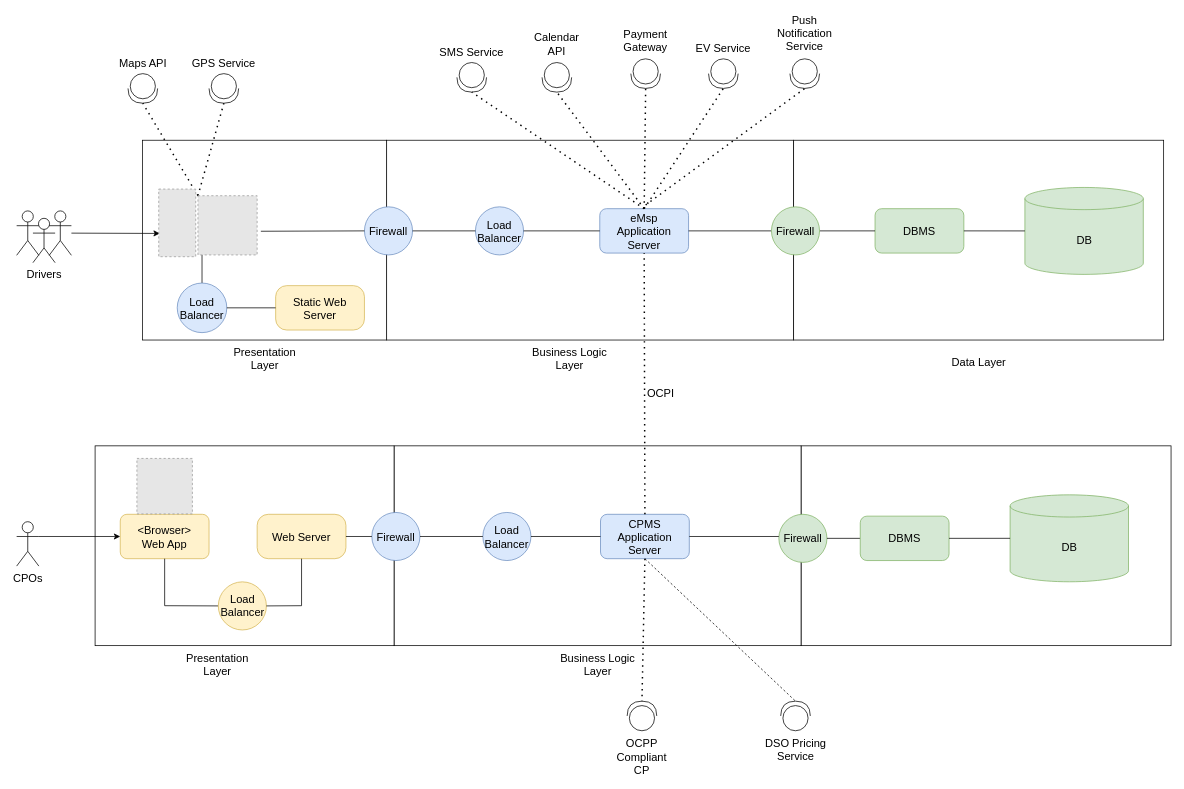
The draw.io diagram DD/src/Overview/overview_diagram.drawio in gio-del/eMall, before the edit. Source tidied: cells renumbered, new cells numbered last; positions are measured from the earlier drawing's top-left corner, leaving out a move shared by most shapes. Both pictures are drawn from the tidied source at 74%, with x=0, y=0 at pixel (16, 21). Pictures stored in the file or linked from it are replaced by grey dashed boxes.
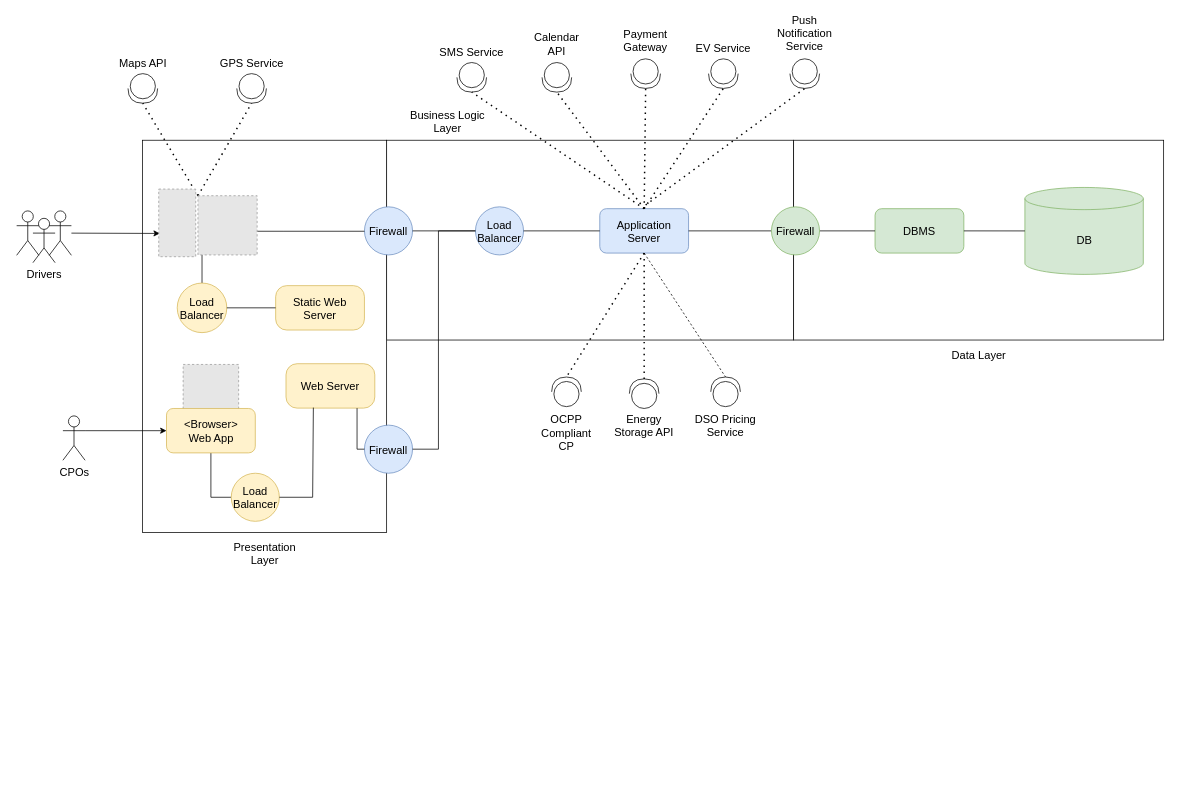
The same diagram, later.

Unchanged cells that the change refers to:
```xml
<mxCell id="10" value="Static Web Server" style="rounded=1;whiteSpace=wrap;html=1;arcSize=25;fillColor=#fff2cc;strokeColor=#d6b656;fontSize=15;" parent="1" vertex="1">
  <mxGeometry x="350" y="356.5" width="120" height="60" as="geometry" />
</mxCell>
<mxCell id="12" value="&lt;div style=&quot;font-size: 15px;&quot;&gt;Firewall&lt;/div&gt;" style="ellipse;whiteSpace=wrap;html=1;fillColor=#dae8fc;strokeColor=#6c8ebf;fontSize=15;" parent="1" vertex="1">
  <mxGeometry x="470" y="250" width="65" height="65" as="geometry" />
</mxCell>
<mxCell id="13" value="Load Balancer" style="ellipse;whiteSpace=wrap;html=1;fillColor=#dae8fc;strokeColor=#6c8ebf;fontSize=15;" parent="1" vertex="1">
  <mxGeometry x="620" y="250" width="65" height="65" as="geometry" />
</mxCell>
<mxCell id="79" style="fillColor=#E6E6E6;strokeColor=#999999;dashed=1;verticalLabelPosition=bottom;labelBackgroundColor=#ffffff;verticalAlign=top;" parent="1" vertex="1">
  <mxGeometry x="245" y="235" width="80" height="80" as="geometry" />
</mxCell>
```

The edit, as a diff of the source:
```diff
@@
-    <mxCell id="2" style="rounded=0;whiteSpace=wrap;html=1;fontSize=15;" parent="1" vertex="1">
-      <mxGeometry x="1060" y="573" width="500" height="270" as="geometry" />
-    </mxCell>
@@
     <mxCell id="4" style="rounded=0;whiteSpace=wrap;html=1;fontSize=15;" parent="1" vertex="1">
-      <mxGeometry x="170" y="160" width="330" height="270" as="geometry" />
+      <mxGeometry x="170" y="160" width="330" height="530" as="geometry" />
     </mxCell>
@@
     <mxCell id="8" value="CPOs" style="shape=umlActor;verticalLabelPosition=bottom;verticalAlign=top;html=1;outlineConnect=0;fontSize=15;" parent="1" vertex="1">
-      <mxGeometry y="675.5" width="30" height="60" as="geometry" />
+      <mxGeometry x="62.5" y="532.5" width="30" height="60" as="geometry" />
     </mxCell>
@@
-    <mxCell id="14" value="&lt;div style=&quot;font-size: 15px;&quot;&gt;eMsp&lt;/div&gt;&lt;div style=&quot;font-size: 15px;&quot;&gt;Application Server&lt;/div&gt;" style="rounded=1;whiteSpace=wrap;html=1;fillColor=#dae8fc;strokeColor=#6c8ebf;fontSize=15;" parent="1" vertex="1">
+    <mxCell id="14" value="&lt;div&gt;Application&lt;/div&gt;&lt;div&gt;Server&lt;br&gt;&lt;/div&gt;" style="rounded=1;whiteSpace=wrap;html=1;fillColor=#dae8fc;strokeColor=#6c8ebf;fontSize=15;" parent="1" vertex="1">
       <mxGeometry x="788" y="252.5" width="120" height="60" as="geometry" />
     </mxCell>
@@
-    <mxCell id="17" style="endArrow=none;html=1;rounded=0;entryX=0;entryY=0.5;entryDx=0;entryDy=0;fontSize=15;" parent="1" edge="1" target="12">
+    <mxCell id="17" style="endArrow=none;html=1;rounded=0;fontSize=15;edgeStyle=orthogonalEdgeStyle;" parent="1" edge="1" source="79" target="12">
       <mxGeometry relative="1" as="geometry">
-        <mxPoint x="330" y="283" as="sourcePoint" />
+        <Array as="points">
+          <mxPoint x="360" y="283" />
+          <mxPoint x="360" y="283" />
+        </Array>
       </mxGeometry>
     </mxCell>
@@
-    <mxCell id="21" value="Presentation Layer" style="text;html=1;strokeColor=none;fillColor=none;align=center;verticalAlign=middle;whiteSpace=wrap;rounded=0;fontSize=15;" parent="1" vertex="1">
-      <mxGeometry x="272.5" y="440" width="125" height="30" as="geometry" />
-    </mxCell>
-    <mxCell id="22" value="Business Logic Layer" style="text;html=1;strokeColor=none;fillColor=none;align=center;verticalAlign=middle;whiteSpace=wrap;rounded=0;fontSize=15;" parent="1" vertex="1">
-      <mxGeometry x="685" y="440" width="125" height="30" as="geometry" />
-    </mxCell>
@@
-    <mxCell id="25" style="rounded=0;whiteSpace=wrap;html=1;fontSize=15;" parent="1" vertex="1">
-      <mxGeometry x="510" y="573" width="550" height="270" as="geometry" />
-    </mxCell>
-    <mxCell id="26" style="rounded=0;whiteSpace=wrap;html=1;fontSize=15;" parent="1" vertex="1">
-      <mxGeometry x="106" y="573" width="404" height="270" as="geometry" />
-    </mxCell>
-    <mxCell id="27" value="&lt;div style=&quot;font-size: 15px;&quot;&gt;&amp;lt;Browser&amp;gt;&lt;/div&gt;&lt;div style=&quot;font-size: 15px;&quot;&gt;Web App&lt;/div&gt;" style="rounded=1;whiteSpace=wrap;html=1;fillColor=#fff2cc;strokeColor=#d6b656;fontSize=15;" parent="1" vertex="1">
-      <mxGeometry x="140" y="665.5" width="120" height="60" as="geometry" />
-    </mxCell>
     <mxCell id="28" value="Web Server" style="rounded=1;whiteSpace=wrap;html=1;arcSize=25;fillColor=#fff2cc;strokeColor=#d6b656;fontSize=15;" parent="1" vertex="1">
-      <mxGeometry x="325" y="665.5" width="120" height="60" as="geometry" />
+      <mxGeometry x="364" y="462" width="120" height="60" as="geometry" />
     </mxCell>
     <mxCell id="29" value="&lt;div style=&quot;font-size: 15px;&quot;&gt;Firewall&lt;/div&gt;" style="ellipse;whiteSpace=wrap;html=1;fillColor=#dae8fc;strokeColor=#6c8ebf;fontSize=15;" parent="1" vertex="1">
-      <mxGeometry x="480" y="663" width="65" height="65" as="geometry" />
+      <mxGeometry x="470" y="545" width="65" height="65" as="geometry" />
     </mxCell>
-    <mxCell id="30" value="Load Balancer" style="ellipse;whiteSpace=wrap;html=1;fillColor=#dae8fc;strokeColor=#6c8ebf;fontSize=15;" parent="1" vertex="1">
-      <mxGeometry x="630" y="663" width="65" height="65" as="geometry" />
-    </mxCell>
-    <mxCell id="31" value="&lt;div style=&quot;font-size: 15px;&quot;&gt;CPMS&lt;/div&gt;&lt;div style=&quot;font-size: 15px;&quot;&gt;Application Server&lt;/div&gt;" style="rounded=1;whiteSpace=wrap;html=1;fillColor=#dae8fc;strokeColor=#6c8ebf;fontSize=15;" parent="1" vertex="1">
-      <mxGeometry x="789" y="665.5" width="120" height="60" as="geometry" />
-    </mxCell>
-    <mxCell id="32" value="&lt;div style=&quot;font-size: 15px;&quot;&gt;Firewall&lt;/div&gt;" style="ellipse;whiteSpace=wrap;html=1;fillColor=#d5e8d4;strokeColor=#82b366;fontSize=15;" parent="1" vertex="1">
-      <mxGeometry x="1030" y="665.5" width="65" height="65" as="geometry" />
-    </mxCell>
@@
-    <mxCell id="35" style="endArrow=none;html=1;rounded=0;exitX=0.5;exitY=1;exitDx=0;exitDy=0;fontSize=15;entryX=0;entryY=0.5;entryDx=0;entryDy=0;" parent="1" edge="1" source="27" target="81">
-      <mxGeometry relative="1" as="geometry">
-        <Array as="points">
-          <mxPoint x="200" y="789" />
-        </Array>
-      </mxGeometry>
+    <mxCell id="35" style="endArrow=none;html=1;rounded=0;exitX=0.5;exitY=1;exitDx=0;exitDy=0;fontSize=15;entryX=0;entryY=0.5;entryDx=0;entryDy=0;edgeStyle=orthogonalEdgeStyle;" parent="1" edge="1" source="27" target="81">
+      <mxGeometry relative="1" as="geometry" />
     </mxCell>
-    <mxCell id="36" style="endArrow=none;html=1;rounded=0;exitX=1;exitY=0.5;exitDx=0;exitDy=0;entryX=0;entryY=0.5;entryDx=0;entryDy=0;fontSize=15;" parent="1" edge="1" source="29" target="30">
-      <mxGeometry relative="1" as="geometry" />
-    </mxCell>
-    <mxCell id="37" style="endArrow=none;html=1;rounded=0;exitX=1;exitY=0.5;exitDx=0;exitDy=0;entryX=0;entryY=0.5;entryDx=0;entryDy=0;fontSize=15;" parent="1" edge="1" source="30" target="31">
-      <mxGeometry relative="1" as="geometry" />
-    </mxCell>
-    <mxCell id="38" style="endArrow=none;html=1;rounded=0;exitX=1;exitY=0.5;exitDx=0;exitDy=0;entryX=0;entryY=0.5;entryDx=0;entryDy=0;fontSize=15;" parent="1" edge="1" source="31">
-      <mxGeometry relative="1" as="geometry">
-        <mxPoint x="1030" y="695.5" as="targetPoint" />
-      </mxGeometry>
-    </mxCell>
-    <mxCell id="39" style="endArrow=none;html=1;rounded=0;exitX=1;exitY=0.5;exitDx=0;exitDy=0;fontSize=15;entryX=0;entryY=0.5;entryDx=0;entryDy=0;" parent="1" edge="1" source="32" target="75">
-      <mxGeometry relative="1" as="geometry" />
-    </mxCell>
@@
     <mxCell id="41" value="Presentation Layer" style="text;html=1;strokeColor=none;fillColor=none;align=center;verticalAlign=middle;whiteSpace=wrap;rounded=0;fontSize=15;" parent="1" vertex="1">
-      <mxGeometry x="208.5" y="853" width="125" height="30" as="geometry" />
+      <mxGeometry x="272.5" y="702.5" width="125" height="30" as="geometry" />
     </mxCell>
-    <mxCell id="42" value="Business Logic Layer" style="text;html=1;strokeColor=none;fillColor=none;align=center;verticalAlign=middle;whiteSpace=wrap;rounded=0;fontSize=15;" parent="1" vertex="1">
-      <mxGeometry x="722.5" y="853" width="125" height="30" as="geometry" />
-    </mxCell>
     <mxCell id="43" value="Data Layer" style="text;html=1;strokeColor=none;fillColor=none;align=center;verticalAlign=middle;whiteSpace=wrap;rounded=0;fontSize=15;" parent="1" vertex="1">
-      <mxGeometry x="1237.5" y="445" width="125" height="30" as="geometry" />
+      <mxGeometry x="1237.5" y="435" width="125" height="30" as="geometry" />
     </mxCell>
@@
-    <mxCell id="45" style="endArrow=none;dashed=1;html=1;dashPattern=1 3;strokeWidth=2;rounded=0;entryX=0.5;entryY=1;entryDx=0;entryDy=0;exitX=0.5;exitY=0;exitDx=0;exitDy=0;fontSize=15;" parent="1" edge="1" source="31" target="14">
-      <mxGeometry relative="1" as="geometry" />
-    </mxCell>
-    <mxCell id="46" value="OCPI" style="edgeLabel;html=1;align=center;verticalAlign=middle;fontSize=15;" parent="45" vertex="1">
-      <mxGeometry x="-0.13" relative="1" as="geometry">
-        <mxPoint x="21" y="-11" as="offset" />
-      </mxGeometry>
-    </mxCell>
     <mxCell id="47" style="shape=providedRequiredInterface;html=1;verticalLabelPosition=bottom;sketch=0;rotation=-90;verticalAlign=top;fontSize=15;" parent="1" vertex="1">
-      <mxGeometry x="825" y="918" width="40" height="40" as="geometry" />
+      <mxGeometry x="723" y="480" width="40" height="40" as="geometry" />
     </mxCell>
-    <mxCell id="48" style="endArrow=none;dashed=1;html=1;dashPattern=1 3;strokeWidth=2;rounded=0;entryX=1;entryY=0.5;entryDx=0;entryDy=0;entryPerimeter=0;fontSize=15;exitX=0.5;exitY=1;exitDx=0;exitDy=0;" parent="1" edge="1" source="31" target="47">
+    <mxCell id="48" style="endArrow=none;dashed=1;html=1;dashPattern=1 3;strokeWidth=2;rounded=0;entryX=1;entryY=0.5;entryDx=0;entryDy=0;entryPerimeter=0;fontSize=15;exitX=0.5;exitY=1;exitDx=0;exitDy=0;" parent="1" edge="1" source="14" target="47">
       <mxGeometry relative="1" as="geometry" />
     </mxCell>
     <mxCell id="49" value="OCPP Compliant CP" style="text;html=1;strokeColor=none;fillColor=none;align=center;verticalAlign=middle;whiteSpace=wrap;rounded=0;fontSize=15;" parent="1" vertex="1">
-      <mxGeometry x="800" y="978" width="90" height="30" as="geometry" />
+      <mxGeometry x="698" y="540" width="90" height="30" as="geometry" />
     </mxCell>
-    <mxCell id="50" style="endArrow=none;dashed=1;html=1;rounded=0;exitX=0.5;exitY=1;exitDx=0;exitDy=0;entryX=1;entryY=0.5;entryDx=0;entryDy=0;entryPerimeter=0;fontSize=15;" parent="1" edge="1" source="31" target="69">
+    <mxCell id="50" style="endArrow=none;dashed=1;html=1;rounded=0;exitX=0.5;exitY=1;exitDx=0;exitDy=0;entryX=1;entryY=0.5;entryDx=0;entryDy=0;entryPerimeter=0;fontSize=15;" parent="1" edge="1" source="14" target="69">
       <mxGeometry relative="1" as="geometry" />
     </mxCell>
@@
     <mxCell id="52" style="shape=providedRequiredInterface;html=1;verticalLabelPosition=bottom;sketch=0;rotation=90;verticalAlign=top;fontSize=15;" parent="1" vertex="1">
-      <mxGeometry x="260" y="70" width="40" height="40" as="geometry" />
+      <mxGeometry x="297.5" y="70" width="40" height="40" as="geometry" />
     </mxCell>
     <mxCell id="53" value="GPS Service" style="text;html=1;strokeColor=none;fillColor=none;align=center;verticalAlign=middle;whiteSpace=wrap;rounded=0;fontSize=15;" parent="1" vertex="1">
-      <mxGeometry x="235" y="40" width="90" height="30" as="geometry" />
+      <mxGeometry x="272.5" y="40" width="90" height="30" as="geometry" />
     </mxCell>
@@
     <mxCell id="69" style="shape=providedRequiredInterface;html=1;verticalLabelPosition=bottom;sketch=0;rotation=-90;verticalAlign=top;fontSize=15;shadow=0;" parent="1" vertex="1">
-      <mxGeometry x="1032.5" y="918" width="40" height="40" as="geometry" />
+      <mxGeometry x="938" y="480" width="40" height="40" as="geometry" />
     </mxCell>
     <mxCell id="70" value="DSO Pricing Service" style="text;html=1;strokeColor=none;fillColor=none;align=center;verticalAlign=middle;whiteSpace=wrap;rounded=0;fontSize=15;" parent="1" vertex="1">
-      <mxGeometry x="1007.5" y="968" width="90" height="30" as="geometry" />
+      <mxGeometry x="913" y="530" width="90" height="30" as="geometry" />
     </mxCell>
@@
-    <mxCell id="73" value="&lt;div&gt;Load&lt;/div&gt;&lt;div&gt;Balancer&lt;br&gt;&lt;/div&gt;" style="ellipse;whiteSpace=wrap;html=1;fillColor=#dae8fc;strokeColor=#6c8ebf;fontSize=15;" parent="1" vertex="1">
+    <mxCell id="73" value="&lt;div&gt;Load&lt;/div&gt;&lt;div&gt;Balancer&lt;br&gt;&lt;/div&gt;" style="ellipse;whiteSpace=wrap;html=1;fillColor=#fff2cc;strokeColor=#d6b656;fontSize=15;" parent="1" vertex="1">
       <mxGeometry x="217" y="353" width="67" height="67" as="geometry" />
     </mxCell>
+    <mxCell id="80" style="fillColor=#E6E6E6;strokeColor=#999999;dashed=1;verticalLabelPosition=bottom;labelBackgroundColor=#ffffff;verticalAlign=top;" parent="1" vertex="1">
+      <mxGeometry x="225" y="463" width="75" height="75" as="geometry" />
+    </mxCell>
-    <mxCell id="74" style="endArrow=none;html=1;rounded=0;entryX=1;entryY=0.5;entryDx=0;entryDy=0;exitX=0;exitY=0.5;exitDx=0;exitDy=0;fontSize=15;" parent="1" edge="1" source="10" target="73">
+    <mxCell id="74" style="endArrow=none;html=1;rounded=0;fontSize=15;" parent="1" edge="1" source="10" target="73">
       <mxGeometry relative="1" as="geometry" />
     </mxCell>
-    <mxCell id="75" value="DBMS" style="rounded=1;whiteSpace=wrap;html=1;fillColor=#d5e8d4;strokeColor=#82b366;fontSize=15;" parent="1" vertex="1">
-      <mxGeometry x="1140" y="668" width="120" height="60" as="geometry" />
-    </mxCell>
-    <mxCell id="76" value="DB" style="shape=cylinder3;whiteSpace=wrap;html=1;boundedLbl=1;backgroundOutline=1;size=15;fillColor=#d5e8d4;strokeColor=#82b366;fontSize=15;" parent="1" vertex="1">
-      <mxGeometry x="1342.5" y="639.2" width="160" height="117.5" as="geometry" />
-    </mxCell>
-    <mxCell id="77" style="endArrow=none;html=1;rounded=0;exitX=1;exitY=0.5;exitDx=0;exitDy=0;entryX=0;entryY=0.5;entryDx=0;entryDy=0;entryPerimeter=0;fontSize=15;" parent="1" edge="1" source="75" target="76">
-      <mxGeometry relative="1" as="geometry" />
-    </mxCell>
@@
-    <mxCell id="80" style="fillColor=#E6E6E6;strokeColor=#999999;dashed=1;verticalLabelPosition=bottom;labelBackgroundColor=#ffffff;verticalAlign=top;" parent="1" vertex="1">
-      <mxGeometry x="162.5" y="590" width="75" height="75" as="geometry" />
-    </mxCell>
     <mxCell id="81" value="Load Balancer" style="ellipse;whiteSpace=wrap;html=1;fillColor=#fff2cc;strokeColor=#d6b656;fontSize=15;" parent="1" vertex="1">
-      <mxGeometry x="272.5" y="756.8" width="65" height="65" as="geometry" />
+      <mxGeometry x="290" y="610" width="65" height="65" as="geometry" />
     </mxCell>
-    <mxCell id="82" style="endArrow=none;html=1;rounded=0;exitX=1;exitY=0.5;exitDx=0;exitDy=0;fontSize=15;entryX=0.5;entryY=1;entryDx=0;entryDy=0;" parent="1" edge="1" source="81" target="28">
+    <mxCell id="82" style="endArrow=none;html=1;rounded=0;exitX=1;exitY=0.5;exitDx=0;exitDy=0;fontSize=15;entryX=0.308;entryY=0.989;entryDx=0;entryDy=0;edgeStyle=orthogonalEdgeStyle;entryPerimeter=0;" parent="1" edge="1" source="81" target="28">
       <mxGeometry relative="1" as="geometry">
         <Array as="points">
-          <mxPoint x="385" y="789" />
+          <mxPoint x="400" y="643" />
+          <mxPoint x="400" y="521" />
         </Array>
       </mxGeometry>
     </mxCell>
-    <mxCell id="83" style="endArrow=none;html=1;rounded=0;exitX=1;exitY=0.5;exitDx=0;exitDy=0;fontSize=15;entryX=0;entryY=0.5;entryDx=0;entryDy=0;" parent="1" edge="1" source="28" target="29">
-      <mxGeometry relative="1" as="geometry" />
+    <mxCell id="83" style="endArrow=none;html=1;rounded=0;fontSize=15;edgeStyle=orthogonalEdgeStyle;entryX=0;entryY=0.5;entryDx=0;entryDy=0;" parent="1" edge="1" source="28" target="29">
+      <mxGeometry relative="1" as="geometry">
+        <Array as="points">
+          <mxPoint x="460" y="577" />
+        </Array>
+      </mxGeometry>
     </mxCell>
+    <mxCell id="84" style="endArrow=none;html=1;rounded=0;exitX=1;exitY=0.5;exitDx=0;exitDy=0;entryX=0;entryY=0.5;entryDx=0;entryDy=0;edgeStyle=orthogonalEdgeStyle;" parent="1" edge="1" source="29" target="13">
+      <mxGeometry relative="1" as="geometry">
+        <Array as="points">
+          <mxPoint x="570" y="578" />
+          <mxPoint x="570" y="283" />
+        </Array>
+      </mxGeometry>
+    </mxCell>
+    <mxCell id="27" value="&lt;div style=&quot;font-size: 15px;&quot;&gt;&amp;lt;Browser&amp;gt;&lt;/div&gt;&lt;div style=&quot;font-size: 15px;&quot;&gt;Web App&lt;/div&gt;" style="rounded=1;whiteSpace=wrap;html=1;fillColor=#fff2cc;strokeColor=#d6b656;fontSize=15;" parent="1" vertex="1">
+      <mxGeometry x="202.5" y="522.5" width="120" height="60" as="geometry" />
+    </mxCell>
+    <mxCell id="85" style="shape=providedRequiredInterface;html=1;verticalLabelPosition=bottom;sketch=0;rotation=-90;verticalAlign=top;fontSize=15;" parent="1" vertex="1">
+      <mxGeometry x="828" y="482.5" width="40" height="40" as="geometry" />
+    </mxCell>
+    <mxCell id="86" style="endArrow=none;dashed=1;html=1;dashPattern=1 3;strokeWidth=2;rounded=0;entryX=1;entryY=0.5;entryDx=0;entryDy=0;entryPerimeter=0;fontSize=15;exitX=0.5;exitY=1;exitDx=0;exitDy=0;" parent="1" edge="1" source="14" target="85">
+      <mxGeometry relative="1" as="geometry" />
+    </mxCell>
+    <mxCell id="87" value="&lt;div&gt;Energy Storage API&lt;/div&gt;" style="text;html=1;strokeColor=none;fillColor=none;align=center;verticalAlign=middle;whiteSpace=wrap;rounded=0;fontSize=15;" parent="1" vertex="1">
+      <mxGeometry x="803" y="530" width="90" height="30" as="geometry" />
+    </mxCell>
+    <mxCell id="22" value="Business Logic Layer" style="text;html=1;strokeColor=none;fillColor=none;align=center;verticalAlign=middle;whiteSpace=wrap;rounded=0;fontSize=15;" parent="1" vertex="1">
+      <mxGeometry x="520" y="120" width="125" height="30" as="geometry" />
+    </mxCell>
```
